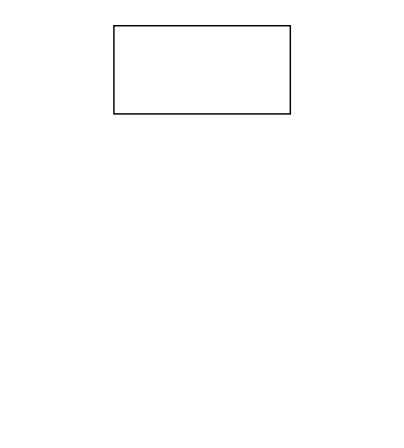
Earlier version of the draw.io diagram codemonkyLearn.drawio (FengYu-creator/learn-sth). Source tidied: cells renumbered, new cells numbered last; positions are measured from the earlier drawing's top-left corner, leaving out a move shared by most shapes. Both pictures are drawn from the tidied source at 147%, with x=0, y=0 at pixel (113, 25).
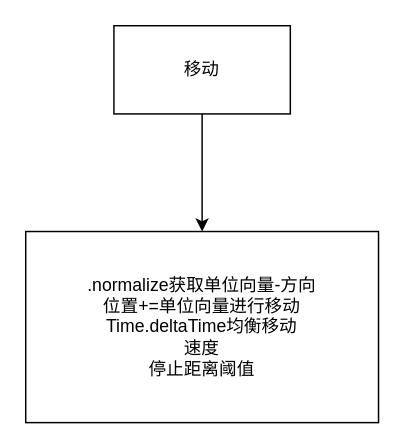
After the change.

Diff of the diagram source:
```diff
@@
 <mxGraphModel>
   <root>
     <mxCell id="0" />
     <mxCell id="1" parent="0" />
+    <mxCell id="3" style="edgeStyle=orthogonalEdgeStyle;rounded=0;jettySize=auto;html=1;" parent="1" edge="1" source="2" target="4">
+      <mxGeometry relative="1" as="geometry" />
+    </mxCell>
-    <mxCell id="2" style="rounded=0;whiteSpace=wrap;html=1;" parent="1" vertex="1">
+    <mxCell id="2" value="移动" style="rounded=0;whiteSpace=wrap;html=1;" parent="1" vertex="1">
       <mxGeometry width="120" height="60" as="geometry" />
     </mxCell>
+    <mxCell id="4" value=".normalize获取单位向量-方向&lt;div&gt;位置+=单位向量进行移动&lt;br&gt;&lt;div&gt;&lt;div&gt;Time.deltaTime均衡移动&lt;/div&gt;&lt;/div&gt;&lt;div&gt;速度&lt;div&gt;停止距离阈值&lt;/div&gt;&lt;/div&gt;&lt;/div&gt;" style="whiteSpace=wrap;html=1;rounded=0;" parent="1" vertex="1">
+      <mxGeometry x="-60" y="140" width="240" height="130" as="geometry" />
+    </mxCell>
   </root>
 </mxGraphModel>
```
